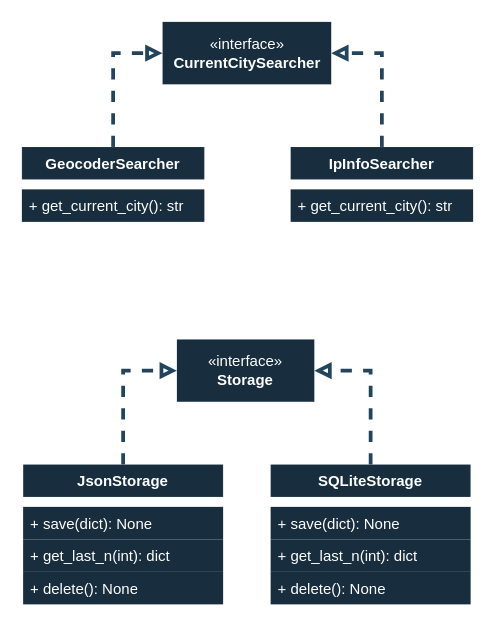
The draw.io diagram page "Interface <CurrentCitySearcher>" (4 of 6) of assets/Weather App.drawio in CBeredIOk/Weather_App, before the edit. Source tidied: cells renumbered, new cells numbered last; positions are measured from the earlier drawing's top-left corner, leaving out a move shared by most shapes. Both pictures are drawn from the tidied source at 125%, with x=0, y=0 at pixel (21, 21).
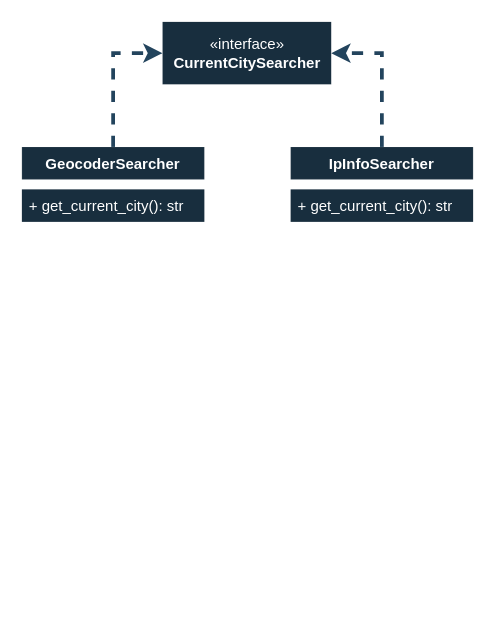
After the change.

The change refers to these unchanged cells:
```xml
<mxCell id="2" value="«interface»&lt;br&gt;&lt;b&gt;CurrentCitySearcher&lt;/b&gt;" style="html=1;whiteSpace=wrap;labelBackgroundColor=none;fillColor=#182E3E;strokeColor=#FFFFFF;fontColor=#FFFFFF;strokeWidth=0;" parent="1" vertex="1">
  <mxGeometry x="112.5" width="135" height="50" as="geometry" />
</mxCell>
<mxCell id="4" value="GeocoderSearcher" style="swimlane;fontStyle=1;align=center;verticalAlign=top;horizontal=1;startSize=26;whiteSpace=wrap;html=1;labelBackgroundColor=none;fillColor=#182E3E;strokeColor=#FFFFFF;fontColor=#FFFFFF;strokeWidth=0;" parent="1" vertex="1">
  <mxGeometry y="100" width="146" height="60" as="geometry" />
</mxCell>
<mxCell id="8" value="IpInfoSearcher" style="swimlane;fontStyle=1;align=center;verticalAlign=top;horizontal=1;startSize=26;whiteSpace=wrap;html=1;labelBackgroundColor=none;fillColor=#182E3E;strokeColor=#FFFFFF;fontColor=#FFFFFF;strokeWidth=0;" parent="1" vertex="1">
  <mxGeometry x="215" y="100" width="146" height="60" as="geometry" />
</mxCell>
```

Change to the diagram source:
```diff
@@
-    <mxCell id="3" style="edgeStyle=orthogonalEdgeStyle;rounded=0;jettySize=auto;html=1;exitX=0.5;exitY=0;exitDx=0;exitDy=0;entryX=0;entryY=0.5;entryDx=0;entryDy=0;endArrow=block;endFill=0;dashed=1;labelBackgroundColor=none;strokeColor=#23445D;fontColor=default;strokeWidth=3;" parent="1" edge="1" source="4" target="2">
+    <mxCell id="3" style="edgeStyle=orthogonalEdgeStyle;rounded=0;jettySize=auto;html=1;exitX=0.5;exitY=0;exitDx=0;exitDy=0;entryX=0;entryY=0.5;entryDx=0;entryDy=0;endArrow=classic;endFill=1;dashed=1;labelBackgroundColor=none;strokeColor=#23445D;fontColor=default;strokeWidth=3;" parent="1" edge="1" source="4" target="2">
       <mxGeometry relative="1" as="geometry" />
     </mxCell>
@@
-    <mxCell id="7" style="edgeStyle=orthogonalEdgeStyle;rounded=0;jettySize=auto;html=1;exitX=0.5;exitY=0;exitDx=0;exitDy=0;entryX=1;entryY=0.5;entryDx=0;entryDy=0;dashed=1;endArrow=block;endFill=0;labelBackgroundColor=none;strokeColor=#23445D;fontColor=default;strokeWidth=3;" parent="1" edge="1" source="8" target="2">
+    <mxCell id="7" style="edgeStyle=orthogonalEdgeStyle;rounded=0;jettySize=auto;html=1;exitX=0.5;exitY=0;exitDx=0;exitDy=0;entryX=1;entryY=0.5;entryDx=0;entryDy=0;dashed=1;endArrow=classic;endFill=1;labelBackgroundColor=none;strokeColor=#23445D;fontColor=default;strokeWidth=3;" parent="1" edge="1" source="8" target="2">
       <mxGeometry relative="1" as="geometry" />
     </mxCell>
@@
-    <mxCell id="11" value="«interface»&lt;br&gt;&lt;b&gt;Storage&lt;/b&gt;" style="html=1;whiteSpace=wrap;labelBackgroundColor=none;fillColor=#182E3E;strokeColor=#FFFFFF;fontColor=#FFFFFF;strokeWidth=0;" parent="1" vertex="1">
-      <mxGeometry x="124" y="254" width="110" height="50" as="geometry" />
-    </mxCell>
-    <mxCell id="12" style="edgeStyle=orthogonalEdgeStyle;rounded=0;jettySize=auto;html=1;exitX=0.5;exitY=0;exitDx=0;exitDy=0;entryX=0;entryY=0.5;entryDx=0;entryDy=0;endArrow=block;endFill=0;dashed=1;labelBackgroundColor=none;strokeColor=#23445D;fontColor=default;strokeWidth=3;" parent="1" edge="1" source="13" target="11">
-      <mxGeometry relative="1" as="geometry" />
-    </mxCell>
-    <mxCell id="13" value="JsonStorage" style="swimlane;fontStyle=1;align=center;verticalAlign=top;horizontal=1;startSize=26;whiteSpace=wrap;html=1;labelBackgroundColor=none;fillColor=#182E3E;strokeColor=#FFFFFF;fontColor=#FFFFFF;strokeWidth=0;" parent="1" vertex="1">
-      <mxGeometry x="1" y="354" width="160" height="112" as="geometry" />
-    </mxCell>
-    <mxCell id="14" style="line;strokeWidth=1;fillColor=none;align=left;verticalAlign=middle;spacingTop=-1;spacingLeft=3;spacingRight=3;labelPosition=right;strokeColor=#FFFFFF;labelBackgroundColor=none;fontColor=#FFFFFF;" parent="13" vertex="1">
-      <mxGeometry y="26" width="160" height="8" as="geometry" />
-    </mxCell>
-    <mxCell id="15" value="+ save(dict): None" style="text;strokeColor=none;fillColor=#182E3E;align=left;verticalAlign=top;spacingLeft=4;spacingRight=4;overflow=hidden;whiteSpace=wrap;html=1;labelBackgroundColor=none;fontColor=#FFFFFF;" parent="13" vertex="1">
-      <mxGeometry y="34" width="160" height="26" as="geometry" />
-    </mxCell>
-    <mxCell id="16" value="+ get_last_n(int): dict" style="text;strokeColor=none;fillColor=#182E3E;align=left;verticalAlign=top;spacingLeft=4;spacingRight=4;overflow=hidden;whiteSpace=wrap;html=1;labelBackgroundColor=none;fontColor=#FFFFFF;" parent="13" vertex="1">
-      <mxGeometry y="60" width="160" height="26" as="geometry" />
-    </mxCell>
-    <mxCell id="17" value="+ delete(): None" style="text;strokeColor=none;fillColor=#182E3E;align=left;verticalAlign=top;spacingLeft=4;spacingRight=4;overflow=hidden;whiteSpace=wrap;html=1;labelBackgroundColor=none;fontColor=#FFFFFF;" parent="13" vertex="1">
-      <mxGeometry y="86" width="160" height="26" as="geometry" />
-    </mxCell>
-    <mxCell id="18" style="edgeStyle=orthogonalEdgeStyle;rounded=0;jettySize=auto;html=1;exitX=0.5;exitY=0;exitDx=0;exitDy=0;entryX=1;entryY=0.5;entryDx=0;entryDy=0;dashed=1;endArrow=block;endFill=0;labelBackgroundColor=none;strokeColor=#23445D;fontColor=default;strokeWidth=3;" parent="1" edge="1" source="19" target="11">
-      <mxGeometry relative="1" as="geometry" />
-    </mxCell>
-    <mxCell id="19" value="SQLiteStorage" style="swimlane;fontStyle=1;align=center;verticalAlign=top;horizontal=1;startSize=26;whiteSpace=wrap;html=1;labelBackgroundColor=none;fillColor=#182E3E;strokeColor=#FFFFFF;fontColor=#FFFFFF;strokeWidth=0;" parent="1" vertex="1">
-      <mxGeometry x="199" y="354" width="160" height="112" as="geometry" />
-    </mxCell>
-    <mxCell id="20" style="line;strokeWidth=1;fillColor=none;align=left;verticalAlign=middle;spacingTop=-1;spacingLeft=3;spacingRight=3;labelPosition=right;strokeColor=#FFFFFF;labelBackgroundColor=none;fontColor=#FFFFFF;" parent="19" vertex="1">
-      <mxGeometry y="26" width="160" height="8" as="geometry" />
-    </mxCell>
-    <mxCell id="21" value="+ save(dict): None" style="text;strokeColor=none;fillColor=#182E3E;align=left;verticalAlign=top;spacingLeft=4;spacingRight=4;overflow=hidden;whiteSpace=wrap;html=1;labelBackgroundColor=none;fontColor=#FFFFFF;" parent="19" vertex="1">
-      <mxGeometry y="34" width="160" height="26" as="geometry" />
-    </mxCell>
-    <mxCell id="22" value="+ get_last_n(int): dict" style="text;strokeColor=none;fillColor=#182E3E;align=left;verticalAlign=top;spacingLeft=4;spacingRight=4;overflow=hidden;whiteSpace=wrap;html=1;labelBackgroundColor=none;fontColor=#FFFFFF;" parent="19" vertex="1">
-      <mxGeometry y="60" width="160" height="26" as="geometry" />
-    </mxCell>
-    <mxCell id="23" value="+ delete(): None" style="text;strokeColor=none;fillColor=#182E3E;align=left;verticalAlign=top;spacingLeft=4;spacingRight=4;overflow=hidden;whiteSpace=wrap;html=1;labelBackgroundColor=none;fontColor=#FFFFFF;" parent="19" vertex="1">
-      <mxGeometry y="86" width="160" height="26" as="geometry" />
-    </mxCell>
```
